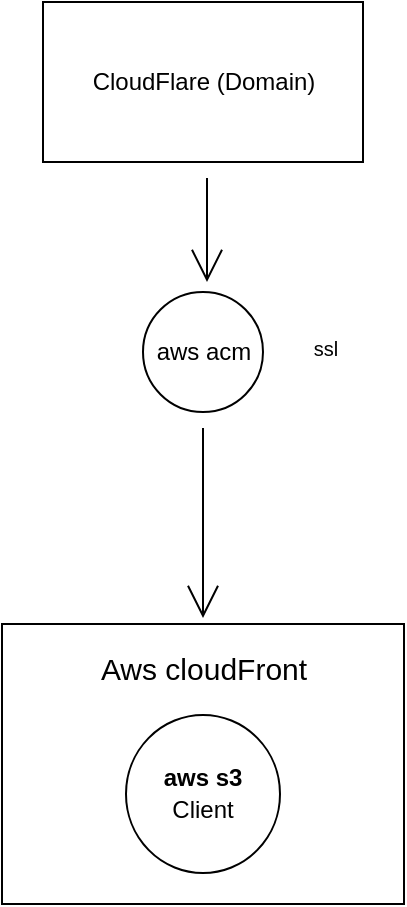
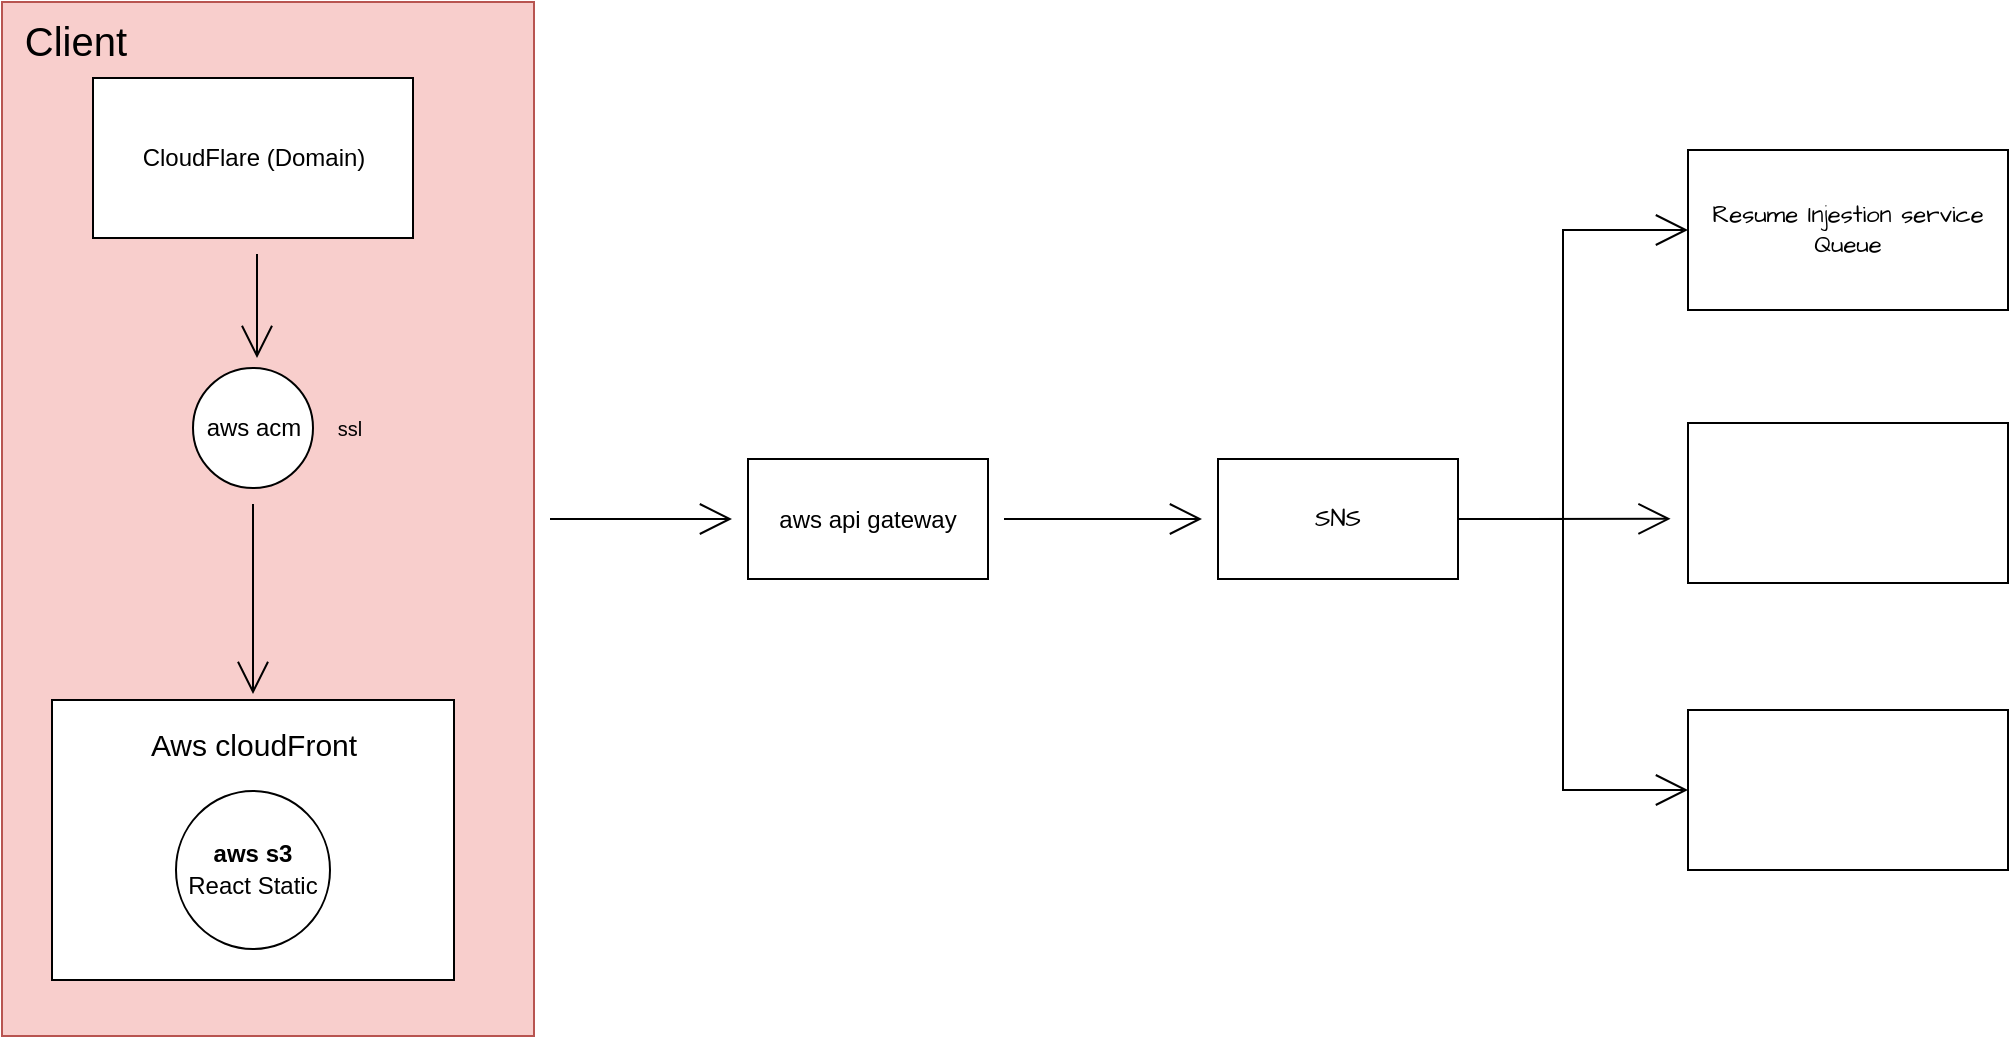
<mxfile host="app.diagrams.net">
  <diagram name="Page-1" id="SOHPCcRNUhLTlrNE90n2">
-     <mxGraphModel dx="2312" dy="1096" grid="0" gridSize="10" guides="1" tooltips="1" connect="1" arrows="1" fold="1" page="0" pageScale="1" pageWidth="850" pageHeight="1100" math="0" shadow="0">
+     <mxGraphModel dx="2960" dy="1394" grid="0" gridSize="10" guides="1" tooltips="1" connect="1" arrows="1" fold="1" page="0" pageScale="1" pageWidth="850" pageHeight="1100" math="0" shadow="0">
      <root>
        <mxCell id="0" />
        <mxCell id="1" parent="0" />
+         <mxCell id="rra6tTRvJPethr66ALMW-19" edge="1" parent="1" source="rra6tTRvJPethr66ALMW-16" style="edgeStyle=none;curved=1;rounded=0;orthogonalLoop=1;jettySize=auto;html=1;fontFamily=Architects Daughter;fontSource=https%3A%2F%2Ffonts.googleapis.com%2Fcss%3Ffamily%3DArchitects%2BDaughter;fontSize=16;startSize=14;endArrow=open;endSize=14;sourcePerimeterSpacing=8;targetPerimeterSpacing=8;" target="rra6tTRvJPethr66ALMW-18" value="">
+           <mxGeometry relative="1" as="geometry" />
+         </mxCell>
+         <mxCell id="rra6tTRvJPethr66ALMW-16" parent="1" style="rounded=0;whiteSpace=wrap;html=1;fontFamily=Architects Daughter;fontSource=https%3A%2F%2Ffonts.googleapis.com%2Fcss%3Ffamily%3DArchitects%2BDaughter;fillColor=#f8cecc;strokeColor=#b85450;" value="" vertex="1">
+           <mxGeometry height="517" width="266" x="-700" y="-271" as="geometry" />
+         </mxCell>
        <mxCell id="rra6tTRvJPethr66ALMW-2" parent="1" style="rounded=0;whiteSpace=wrap;html=1;fontFamily=Architects Daughter;fontSource=https%3A%2F%2Ffonts.googleapis.com%2Fcss%3Ffamily%3DArchitects%2BDaughter;" value="" vertex="1">
-           <mxGeometry height="140" width="201" x="-528" y="82" as="geometry" />
+           <mxGeometry height="140" width="201" x="-675" y="78" as="geometry" />
        </mxCell>
-         <mxCell id="rra6tTRvJPethr66ALMW-1" parent="1" style="ellipse;whiteSpace=wrap;html=1;fontFamily=Architects Daughter;fontSource=https%3A%2F%2Ffonts.googleapis.com%2Fcss%3Ffamily%3DArchitects%2BDaughter;" value="&lt;font face=&quot;Helvetica&quot;&gt;&lt;b&gt;aws s3&lt;/b&gt;&lt;br&gt;Client&lt;/font&gt;" vertex="1">
-           <mxGeometry height="79" width="77" x="-466" y="127.5" as="geometry" />
+         <mxCell id="rra6tTRvJPethr66ALMW-1" parent="1" style="ellipse;whiteSpace=wrap;html=1;fontFamily=Architects Daughter;fontSource=https%3A%2F%2Ffonts.googleapis.com%2Fcss%3Ffamily%3DArchitects%2BDaughter;" value="&lt;font face=&quot;Helvetica&quot;&gt;&lt;b&gt;aws s3&lt;/b&gt;&lt;br&gt;React Static&lt;/font&gt;" vertex="1">
+           <mxGeometry height="79" width="77" x="-613" y="123.5" as="geometry" />
        </mxCell>
        <mxCell id="rra6tTRvJPethr66ALMW-3" parent="1" style="text;html=1;whiteSpace=wrap;strokeColor=none;fillColor=none;align=center;verticalAlign=middle;rounded=0;fontSize=20;fontFamily=Helvetica;" value="&lt;font style=&quot;font-size: 15px;&quot;&gt;Aws cloudFront&lt;/font&gt;" vertex="1">
-           <mxGeometry height="30" width="186" x="-520.5" y="87" as="geometry" />
+           <mxGeometry height="30" width="186" x="-667.5" y="83" as="geometry" />
        </mxCell>
        <mxCell id="rra6tTRvJPethr66ALMW-10" edge="1" parent="1" style="edgeStyle=none;curved=1;rounded=0;orthogonalLoop=1;jettySize=auto;html=1;fontFamily=Architects Daughter;fontSource=https%3A%2F%2Ffonts.googleapis.com%2Fcss%3Ffamily%3DArchitects%2BDaughter;fontSize=16;startSize=14;endArrow=open;endSize=14;sourcePerimeterSpacing=8;targetPerimeterSpacing=8;" value="">
          <mxGeometry relative="1" as="geometry">
-             <mxPoint x="-425.5" y="-141" as="sourcePoint" />
-             <mxPoint x="-425.5" y="-89" as="targetPoint" />
+             <mxPoint x="-572.5" y="-145" as="sourcePoint" />
+             <mxPoint x="-572.5" y="-93" as="targetPoint" />
          </mxGeometry>
        </mxCell>
        <mxCell id="rra6tTRvJPethr66ALMW-5" parent="1" style="rounded=0;whiteSpace=wrap;html=1;fontFamily=Helvetica;" value="CloudFlare (Domain)" vertex="1">
-           <mxGeometry height="80" width="160" x="-507.5" y="-229" as="geometry" />
+           <mxGeometry height="80" width="160" x="-654.5" y="-233" as="geometry" />
        </mxCell>
        <mxCell id="rra6tTRvJPethr66ALMW-14" edge="1" parent="1" source="rra6tTRvJPethr66ALMW-12" style="edgeStyle=none;curved=1;rounded=0;orthogonalLoop=1;jettySize=auto;html=1;fontFamily=Architects Daughter;fontSource=https%3A%2F%2Ffonts.googleapis.com%2Fcss%3Ffamily%3DArchitects%2BDaughter;fontSize=16;startSize=14;endArrow=open;endSize=14;sourcePerimeterSpacing=8;targetPerimeterSpacing=8;" target="rra6tTRvJPethr66ALMW-3" value="">
          <mxGeometry relative="1" as="geometry" />
        </mxCell>
        <mxCell id="rra6tTRvJPethr66ALMW-12" parent="1" style="ellipse;whiteSpace=wrap;html=1;fontFamily=Architects Daughter;fontSource=https%3A%2F%2Ffonts.googleapis.com%2Fcss%3Ffamily%3DArchitects%2BDaughter;" value="&lt;font face=&quot;Helvetica&quot;&gt;aws acm&lt;/font&gt;" vertex="1">
-           <mxGeometry height="60" width="60" x="-457.5" y="-84" as="geometry" />
+           <mxGeometry height="60" width="60" x="-604.5" y="-88" as="geometry" />
        </mxCell>
        <mxCell id="rra6tTRvJPethr66ALMW-15" parent="1" style="text;html=1;whiteSpace=wrap;strokeColor=none;fillColor=none;align=center;verticalAlign=middle;rounded=0;fontSize=10;fontFamily=Helvetica;" value="&lt;font&gt;ssl&lt;/font&gt;" vertex="1">
-           <mxGeometry height="18" width="32" x="-382" y="-65" as="geometry" />
+           <mxGeometry height="18" width="32" x="-542" y="-67" as="geometry" />
+         </mxCell>
+         <mxCell id="rra6tTRvJPethr66ALMW-17" parent="1" style="text;html=1;whiteSpace=wrap;strokeColor=none;fillColor=none;align=center;verticalAlign=middle;rounded=0;fontSize=20;fontFamily=Architects Daughter;fontSource=https%3A%2F%2Ffonts.googleapis.com%2Fcss%3Ffamily%3DArchitects%2BDaughter;" value="&lt;font face=&quot;Helvetica&quot;&gt;Client&lt;/font&gt;" vertex="1">
+           <mxGeometry height="30" width="60" x="-693" y="-266" as="geometry" />
+         </mxCell>
+         <mxCell id="rra6tTRvJPethr66ALMW-27" edge="1" parent="1" source="rra6tTRvJPethr66ALMW-18" style="edgeStyle=none;curved=1;rounded=0;orthogonalLoop=1;jettySize=auto;html=1;fontFamily=Architects Daughter;fontSource=https%3A%2F%2Ffonts.googleapis.com%2Fcss%3Ffamily%3DArchitects%2BDaughter;fontSize=16;startSize=14;endArrow=open;endSize=14;sourcePerimeterSpacing=8;targetPerimeterSpacing=8;" target="rra6tTRvJPethr66ALMW-26" value="">
+           <mxGeometry relative="1" as="geometry" />
+         </mxCell>
+         <mxCell id="rra6tTRvJPethr66ALMW-18" parent="1" style="whiteSpace=wrap;html=1;fontFamily=Architects Daughter;rounded=0;fontSource=https%3A%2F%2Ffonts.googleapis.com%2Fcss%3Ffamily%3DArchitects%2BDaughter;" value="&lt;font face=&quot;Helvetica&quot;&gt;aws api gateway&lt;/font&gt;" vertex="1">
+           <mxGeometry height="60" width="120" x="-327" y="-42.5" as="geometry" />
+         </mxCell>
+         <mxCell id="rra6tTRvJPethr66ALMW-20" parent="1" style="rounded=0;whiteSpace=wrap;html=1;fontFamily=Architects Daughter;fontSource=https%3A%2F%2Ffonts.googleapis.com%2Fcss%3Ffamily%3DArchitects%2BDaughter;" value="Resume Injestion service&lt;br&gt;Queue" vertex="1">
+           <mxGeometry height="80" width="160" x="143" y="-197" as="geometry" />
+         </mxCell>
+         <mxCell id="rra6tTRvJPethr66ALMW-21" parent="1" style="rounded=0;whiteSpace=wrap;html=1;fontFamily=Architects Daughter;fontSource=https%3A%2F%2Ffonts.googleapis.com%2Fcss%3Ffamily%3DArchitects%2BDaughter;" value="" vertex="1">
+           <mxGeometry height="80" width="160" x="143" y="-60.5" as="geometry" />
+         </mxCell>
+         <mxCell id="rra6tTRvJPethr66ALMW-22" parent="1" style="rounded=0;whiteSpace=wrap;html=1;fontFamily=Architects Daughter;fontSource=https%3A%2F%2Ffonts.googleapis.com%2Fcss%3Ffamily%3DArchitects%2BDaughter;" value="" vertex="1">
+           <mxGeometry height="80" width="160" x="143" y="83" as="geometry" />
+         </mxCell>
+         <mxCell id="rra6tTRvJPethr66ALMW-28" edge="1" parent="1" source="rra6tTRvJPethr66ALMW-26" style="edgeStyle=orthogonalEdgeStyle;rounded=0;orthogonalLoop=1;jettySize=auto;html=1;fontFamily=Architects Daughter;fontSource=https%3A%2F%2Ffonts.googleapis.com%2Fcss%3Ffamily%3DArchitects%2BDaughter;fontSize=16;startSize=14;endArrow=open;endSize=14;sourcePerimeterSpacing=8;targetPerimeterSpacing=8;entryX=0;entryY=0.5;entryDx=0;entryDy=0;" target="rra6tTRvJPethr66ALMW-20" value="">
+           <mxGeometry relative="1" as="geometry" />
+         </mxCell>
+         <mxCell id="rra6tTRvJPethr66ALMW-29" edge="1" parent="1" source="rra6tTRvJPethr66ALMW-26" style="edgeStyle=none;curved=1;rounded=0;orthogonalLoop=1;jettySize=auto;html=1;exitX=1;exitY=0.5;exitDx=0;exitDy=0;fontFamily=Architects Daughter;fontSource=https%3A%2F%2Ffonts.googleapis.com%2Fcss%3Ffamily%3DArchitects%2BDaughter;fontSize=16;startSize=14;endArrow=open;endSize=14;sourcePerimeterSpacing=8;targetPerimeterSpacing=8;">
+           <mxGeometry relative="1" as="geometry">
+             <mxPoint x="134.28580147879484" y="-12.571428571428442" as="targetPoint" />
+           </mxGeometry>
+         </mxCell>
+         <mxCell id="rra6tTRvJPethr66ALMW-30" edge="1" parent="1" source="rra6tTRvJPethr66ALMW-26" style="edgeStyle=orthogonalEdgeStyle;rounded=0;orthogonalLoop=1;jettySize=auto;html=1;exitX=1;exitY=0.5;exitDx=0;exitDy=0;entryX=0;entryY=0.5;entryDx=0;entryDy=0;fontFamily=Architects Daughter;fontSource=https%3A%2F%2Ffonts.googleapis.com%2Fcss%3Ffamily%3DArchitects%2BDaughter;fontSize=16;startSize=14;endArrow=open;endSize=14;sourcePerimeterSpacing=8;targetPerimeterSpacing=8;" target="rra6tTRvJPethr66ALMW-22">
+           <mxGeometry relative="1" as="geometry" />
+         </mxCell>
+         <mxCell id="rra6tTRvJPethr66ALMW-26" parent="1" style="whiteSpace=wrap;html=1;fontFamily=Architects Daughter;rounded=0;fontSource=https%3A%2F%2Ffonts.googleapis.com%2Fcss%3Ffamily%3DArchitects%2BDaughter;" value="SNS" vertex="1">
+           <mxGeometry height="60" width="120" x="-92" y="-42.5" as="geometry" />
        </mxCell>
      </root>
    </mxGraphModel>
  </diagram>
</mxfile>
